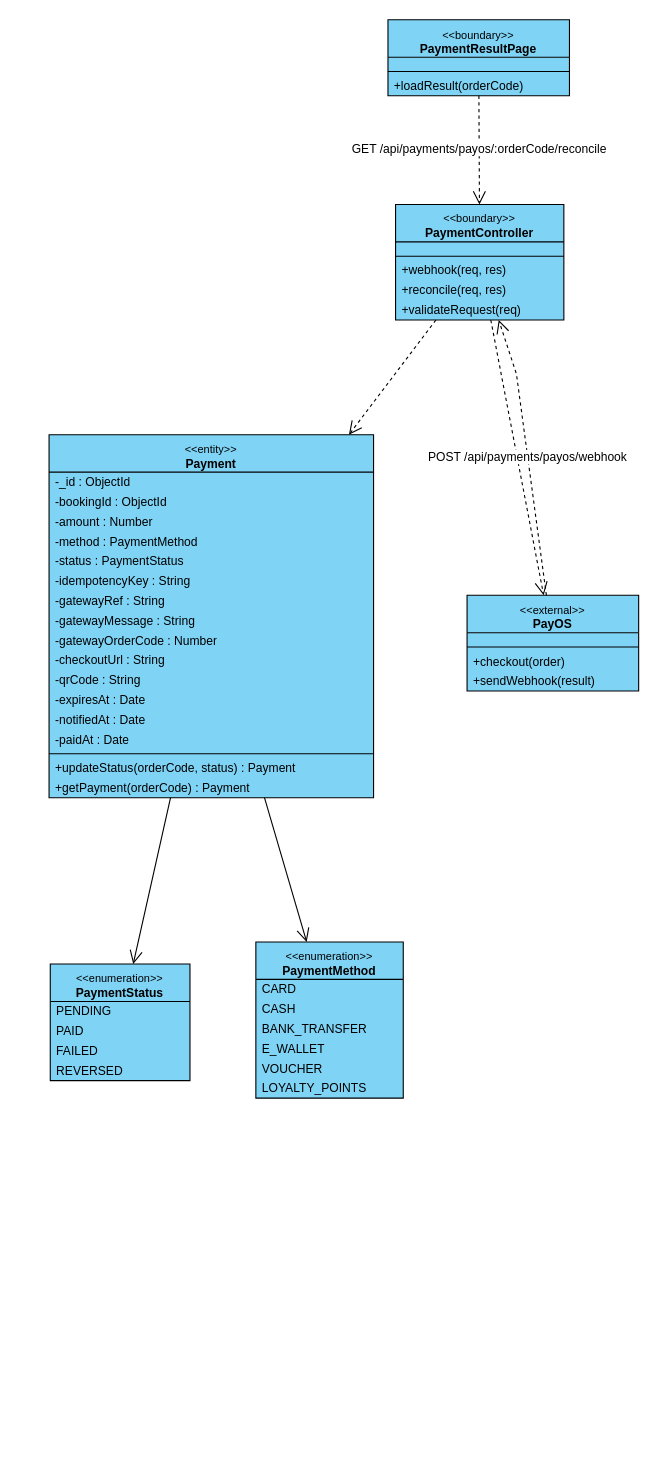
Earlier version of the draw.io diagram final/diagrams/M4_Billing-And-Payment_Diagrams/class_diagrams/CD-13_UC-G10_PayForBooking.drawio (toikobi401/SWD392). Source tidied: cells renumbered, new cells numbered last; positions are measured from the earlier drawing's top-left corner, leaving out a move shared by most shapes. Both pictures are drawn from the tidied source at 110%, with x=0, y=0 at pixel (48, 19).
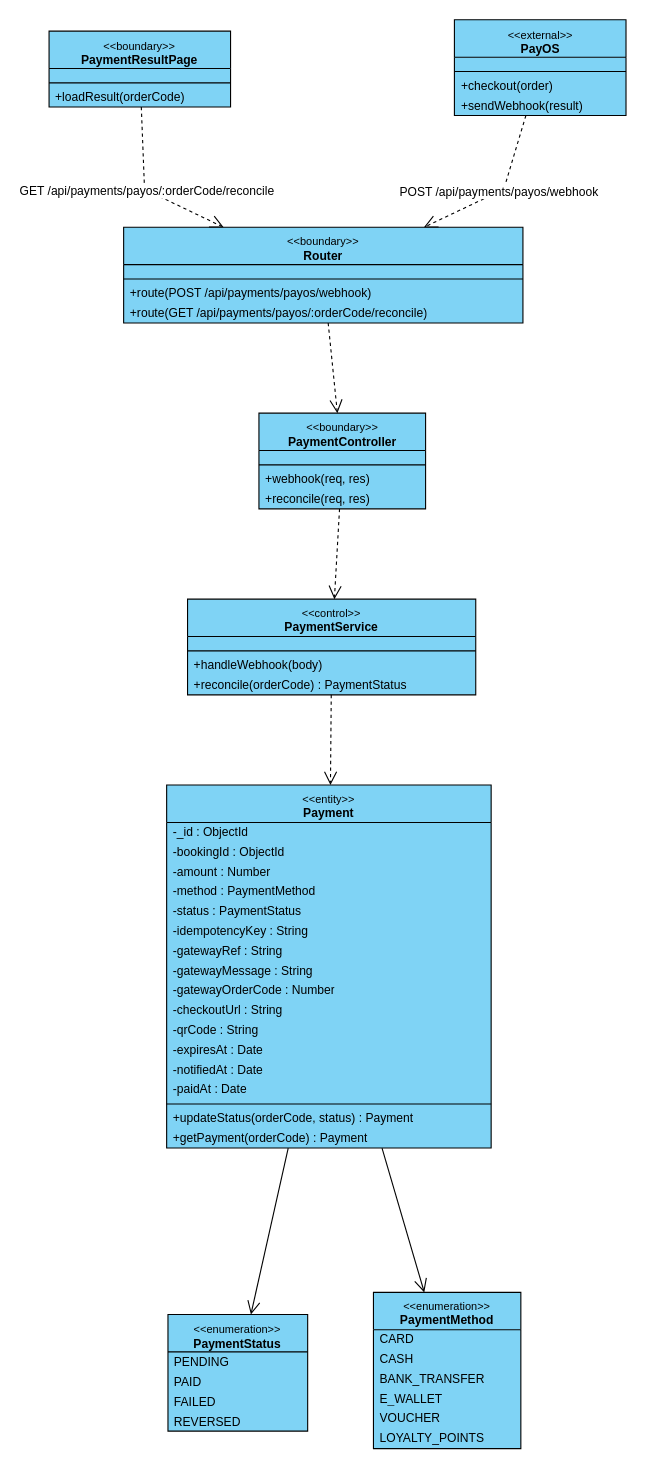
After the change.

Diff of the diagram source:
```diff
@@
     <mxCell id="2" value="&lt;font style=&quot;font-size:10px&quot;&gt;&amp;lt;&amp;lt;boundary&amp;gt;&amp;gt;&lt;/font&gt;&lt;br&gt;&lt;b&gt;PaymentResultPage&lt;/b&gt;" style="swimlane;fontStyle=0;align=center;verticalAlign=top;horizontal=1;startSize=34;html=1;whiteSpace=wrap;fontSize=11;fillColor=#7fd3f5;swimlaneFillColor=#7fd3f5;strokeColor=#000000;" parent="1" vertex="1">
-      <mxGeometry x="308.2" y="0.5" width="165" height="69" as="geometry" />
+      <mxGeometry x="0.1" y="10.8" width="165" height="69" as="geometry" />
     </mxCell>
@@
+    <mxCell id="53" value="&lt;font style=&quot;font-size:10px&quot;&gt;&amp;lt;&amp;lt;boundary&amp;gt;&amp;gt;&lt;/font&gt;&lt;br&gt;&lt;b&gt;Router&lt;/b&gt;" style="swimlane;fontStyle=0;align=center;verticalAlign=top;horizontal=1;startSize=34;html=1;whiteSpace=wrap;fontSize=11;fillColor=#7fd3f5;swimlaneFillColor=#7fd3f5;strokeColor=#000000;" parent="1" vertex="1">
+      <mxGeometry x="67.9" y="189.1" width="363" height="87" as="geometry" />
+    </mxCell>
+    <mxCell id="54" style="text;strokeColor=none;fillColor=none;html=1;" parent="53" vertex="1">
+      <mxGeometry y="34" width="363" height="9" as="geometry" />
+    </mxCell>
+    <mxCell id="55" style="line;strokeWidth=1;fillColor=none;align=left;verticalAlign=middle;spacingTop=-1;spacingLeft=3;spacingRight=3;labelPosition=right;strokeColor=#000000;" parent="53" vertex="1">
+      <mxGeometry y="43" width="363" height="8" as="geometry" />
+    </mxCell>
+    <mxCell id="56" value="+route(POST /api/payments/payos/webhook)" style="text;strokeColor=none;fillColor=none;align=left;verticalAlign=middle;spacingLeft=4;spacingRight=4;overflow=hidden;whiteSpace=nowrap;html=1;fontSize=11;" parent="53" vertex="1">
+      <mxGeometry y="51" width="363" height="18" as="geometry" />
+    </mxCell>
+    <mxCell id="57" value="+route(GET /api/payments/payos/:orderCode/reconcile)" style="text;strokeColor=none;fillColor=none;align=left;verticalAlign=middle;spacingLeft=4;spacingRight=4;overflow=hidden;whiteSpace=nowrap;html=1;fontSize=11;" parent="53" vertex="1">
+      <mxGeometry y="69" width="363" height="18" as="geometry" />
+    </mxCell>
     <mxCell id="6" value="&lt;font style=&quot;font-size:10px&quot;&gt;&amp;lt;&amp;lt;boundary&amp;gt;&amp;gt;&lt;/font&gt;&lt;br&gt;&lt;b&gt;PaymentController&lt;/b&gt;" style="swimlane;fontStyle=0;align=center;verticalAlign=top;horizontal=1;startSize=34;html=1;whiteSpace=wrap;fontSize=11;fillColor=#7fd3f5;swimlaneFillColor=#7fd3f5;strokeColor=#000000;" parent="1" vertex="1">
-      <mxGeometry x="315.1" y="168.4" width="153" height="105" as="geometry" />
+      <mxGeometry x="190.9" y="358.1" width="151.5" height="87" as="geometry" />
     </mxCell>
     <mxCell id="7" style="text;strokeColor=none;fillColor=none;html=1;" parent="6" vertex="1">
-      <mxGeometry y="34" width="153" height="9" as="geometry" />
+      <mxGeometry y="34" width="151.5" height="9" as="geometry" />
     </mxCell>
     <mxCell id="8" style="line;strokeWidth=1;fillColor=none;align=left;verticalAlign=middle;spacingTop=-1;spacingLeft=3;spacingRight=3;labelPosition=right;strokeColor=#000000;" parent="6" vertex="1">
-      <mxGeometry y="43" width="153" height="8" as="geometry" />
+      <mxGeometry y="43" width="151.5" height="8" as="geometry" />
     </mxCell>
     <mxCell id="9" value="+webhook(req, res)" style="text;strokeColor=none;fillColor=none;align=left;verticalAlign=middle;spacingLeft=4;spacingRight=4;overflow=hidden;whiteSpace=nowrap;html=1;fontSize=11;" parent="6" vertex="1">
-      <mxGeometry y="51" width="153" height="18" as="geometry" />
+      <mxGeometry y="51" width="151.5" height="18" as="geometry" />
     </mxCell>
     <mxCell id="10" value="+reconcile(req, res)" style="text;strokeColor=none;fillColor=none;align=left;verticalAlign=middle;spacingLeft=4;spacingRight=4;overflow=hidden;whiteSpace=nowrap;html=1;fontSize=11;" parent="6" vertex="1">
-      <mxGeometry y="69" width="153" height="18" as="geometry" />
+      <mxGeometry y="69" width="151.5" height="18" as="geometry" />
     </mxCell>
-    <mxCell id="11" value="+validateRequest(req)" style="text;strokeColor=none;fillColor=none;align=left;verticalAlign=middle;spacingLeft=4;spacingRight=4;overflow=hidden;whiteSpace=nowrap;html=1;fontSize=11;" parent="6" vertex="1">
-      <mxGeometry y="87" width="153" height="18" as="geometry" />
-    </mxCell>
+    <mxCell id="58" value="&lt;font style=&quot;font-size:10px&quot;&gt;&amp;lt;&amp;lt;control&amp;gt;&amp;gt;&lt;/font&gt;&lt;br&gt;&lt;b&gt;PaymentService&lt;/b&gt;" style="swimlane;fontStyle=0;align=center;verticalAlign=top;horizontal=1;startSize=34;html=1;whiteSpace=wrap;fontSize=11;fillColor=#7fd3f5;swimlaneFillColor=#7fd3f5;strokeColor=#000000;" parent="1" vertex="1">
+      <mxGeometry x="126" y="527.2" width="262" height="87" as="geometry" />
+    </mxCell>
+    <mxCell id="59" style="text;strokeColor=none;fillColor=none;html=1;" parent="58" vertex="1">
+      <mxGeometry y="34" width="262" height="9" as="geometry" />
+    </mxCell>
+    <mxCell id="60" style="line;strokeWidth=1;fillColor=none;align=left;verticalAlign=middle;spacingTop=-1;spacingLeft=3;spacingRight=3;labelPosition=right;strokeColor=#000000;" parent="58" vertex="1">
+      <mxGeometry y="43" width="262" height="8" as="geometry" />
+    </mxCell>
+    <mxCell id="61" value="+handleWebhook(body)" style="text;strokeColor=none;fillColor=none;align=left;verticalAlign=middle;spacingLeft=4;spacingRight=4;overflow=hidden;whiteSpace=nowrap;html=1;fontSize=11;" parent="58" vertex="1">
+      <mxGeometry y="51" width="262" height="18" as="geometry" />
+    </mxCell>
+    <mxCell id="62" value="+reconcile(orderCode) : PaymentStatus" style="text;strokeColor=none;fillColor=none;align=left;verticalAlign=middle;spacingLeft=4;spacingRight=4;overflow=hidden;whiteSpace=nowrap;html=1;fontSize=11;" parent="58" vertex="1">
+      <mxGeometry y="69" width="262" height="18" as="geometry" />
+    </mxCell>
     <mxCell id="12" value="&lt;font style=&quot;font-size:10px&quot;&gt;&amp;lt;&amp;lt;entity&amp;gt;&amp;gt;&lt;/font&gt;&lt;br&gt;&lt;b&gt;Payment&lt;/b&gt;" style="swimlane;fontStyle=0;align=center;verticalAlign=top;horizontal=1;startSize=34;html=1;whiteSpace=wrap;fontSize=11;fillColor=#7fd3f5;swimlaneFillColor=#7fd3f5;strokeColor=#000000;" parent="1" vertex="1">
-      <mxGeometry x="0.1" y="377.7" width="295" height="330" as="geometry" />
+      <mxGeometry x="107" y="696.2" width="295" height="330" as="geometry" />
     </mxCell>
@@
     <mxCell id="30" value="&lt;font style=&quot;font-size:10px&quot;&gt;&amp;lt;&amp;lt;external&amp;gt;&amp;gt;&lt;/font&gt;&lt;br&gt;&lt;b&gt;PayOS&lt;/b&gt;" style="swimlane;fontStyle=0;align=center;verticalAlign=top;horizontal=1;startSize=34;html=1;whiteSpace=wrap;fontSize=11;fillColor=#7fd3f5;swimlaneFillColor=#7fd3f5;strokeColor=#000000;" parent="1" vertex="1">
-      <mxGeometry x="380.1" y="523.7" width="156" height="87" as="geometry" />
+      <mxGeometry x="368.6" y="0.5" width="156" height="87" as="geometry" />
     </mxCell>
@@
     <mxCell id="35" value="&lt;font style=&quot;font-size:10px&quot;&gt;&amp;lt;&amp;lt;enumeration&amp;gt;&amp;gt;&lt;/font&gt;&lt;br&gt;&lt;b&gt;PaymentStatus&lt;/b&gt;" style="swimlane;fontStyle=0;align=center;verticalAlign=top;horizontal=1;startSize=34;html=1;whiteSpace=wrap;fontSize=11;fillColor=#7fd3f5;swimlaneFillColor=#7fd3f5;strokeColor=#000000;" parent="1" vertex="1">
-      <mxGeometry x="1.2" y="858.9" width="127" height="106" as="geometry" />
+      <mxGeometry x="108.2" y="1177.5" width="127" height="106" as="geometry" />
     </mxCell>
@@
     <mxCell id="40" value="&lt;font style=&quot;font-size:10px&quot;&gt;&amp;lt;&amp;lt;enumeration&amp;gt;&amp;gt;&lt;/font&gt;&lt;br&gt;&lt;b&gt;PaymentMethod&lt;/b&gt;" style="swimlane;fontStyle=0;align=center;verticalAlign=top;horizontal=1;startSize=34;html=1;whiteSpace=wrap;fontSize=11;fillColor=#7fd3f5;swimlaneFillColor=#7fd3f5;strokeColor=#000000;" parent="1" vertex="1">
-      <mxGeometry x="188.1" y="838.8" width="134" height="142" as="geometry" />
+      <mxGeometry x="295" y="1157.4" width="134" height="142" as="geometry" />
     </mxCell>
@@
-    <mxCell id="47" value="GET /api/payments/payos/:orderCode/reconcile" style="html=1;rounded=0;fontSize=11;labelBackgroundColor=#ffffff;dashed=1;endArrow=open;endSize=10;" parent="1" edge="1" source="2" target="6">
-      <mxGeometry relative="1" as="geometry" />
+    <mxCell id="47" value="POST /api/payments/payos/webhook" style="html=1;rounded=0;fontSize=11;labelBackgroundColor=#ffffff;dashed=1;endArrow=open;endSize=10;" parent="1" edge="1" source="30" target="53">
+      <mxGeometry relative="1" as="geometry">
+        <Array as="points">
+          <mxPoint x="413.5" y="154.6" />
+        </Array>
+      </mxGeometry>
     </mxCell>
-    <mxCell id="48" style="html=1;rounded=0;fontSize=11;labelBackgroundColor=#ffffff;dashed=1;endArrow=open;endSize=10;" parent="1" edge="1" source="6" target="12">
-      <mxGeometry relative="1" as="geometry" />
+    <mxCell id="48" value="GET /api/payments/payos/:orderCode/reconcile" style="html=1;rounded=0;fontSize=11;labelBackgroundColor=#ffffff;dashed=1;endArrow=open;endSize=10;" parent="1" edge="1" source="2" target="53">
+      <mxGeometry relative="1" as="geometry">
+        <Array as="points">
+          <mxPoint x="86.9" y="154.6" />
+        </Array>
+      </mxGeometry>
     </mxCell>
-    <mxCell id="49" style="html=1;rounded=0;fontSize=11;labelBackgroundColor=#ffffff;dashed=1;endArrow=open;endSize=10;" parent="1" edge="1" source="6" target="30">
+    <mxCell id="49" style="html=1;rounded=0;fontSize=11;labelBackgroundColor=#ffffff;dashed=1;endArrow=open;endSize=10;" parent="1" edge="1" source="53" target="6">
       <mxGeometry relative="1" as="geometry" />
     </mxCell>
-    <mxCell id="50" value="POST /api/payments/payos/webhook" style="html=1;rounded=0;fontSize=11;labelBackgroundColor=#ffffff;dashed=1;endArrow=open;endSize=10;" parent="1" edge="1" source="30" target="6">
-      <mxGeometry relative="1" as="geometry">
-        <Array as="points">
-          <mxPoint x="425" y="322.5" />
-        </Array>
-      </mxGeometry>
+    <mxCell id="50" style="html=1;rounded=0;fontSize=11;labelBackgroundColor=#ffffff;dashed=1;endArrow=open;endSize=10;" parent="1" edge="1" source="6" target="58">
+      <mxGeometry relative="1" as="geometry" />
     </mxCell>
-    <mxCell id="51" style="html=1;rounded=0;fontSize=11;labelBackgroundColor=#ffffff;endArrow=open;endSize=10;" parent="1" edge="1" source="12" target="35">
+    <mxCell id="51" style="html=1;rounded=0;fontSize=11;labelBackgroundColor=#ffffff;dashed=1;endArrow=open;endSize=10;" parent="1" edge="1" source="58" target="12">
       <mxGeometry relative="1" as="geometry" />
     </mxCell>
-    <mxCell id="52" style="html=1;rounded=0;fontSize=11;labelBackgroundColor=#ffffff;endArrow=open;endSize=10;" parent="1" edge="1" source="12" target="40">
+    <mxCell id="52" style="html=1;rounded=0;fontSize=11;labelBackgroundColor=#ffffff;endArrow=open;endSize=10;" parent="1" edge="1" source="12" target="35">
       <mxGeometry relative="1" as="geometry" />
     </mxCell>
+    <mxCell id="63" style="html=1;rounded=0;fontSize=11;labelBackgroundColor=#ffffff;endArrow=open;endSize=10;" parent="1" edge="1" source="12" target="40">
+      <mxGeometry relative="1" as="geometry" />
+    </mxCell>
```
